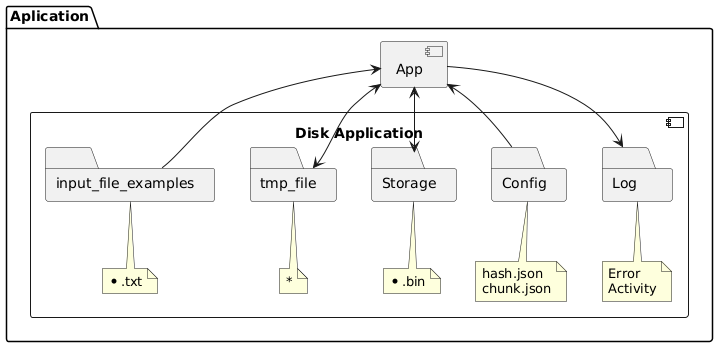
Above: out_application/doc/component-overview.png in psaraiva/lab-go-chunk (PlantUML), before the change.
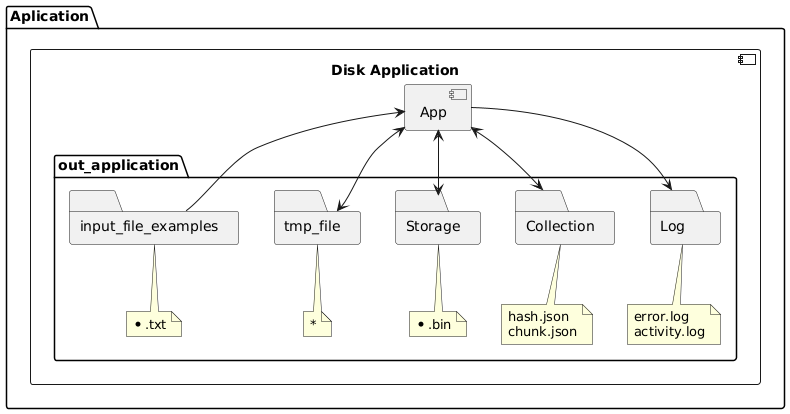
The same diagram one commit later.

What changed in the source:
```diff
@@ -3,22 +3,24 @@
 skinparam componentStyle uml2
 
 package "Aplication" {
-    [App]
     component "Disk Application" {
-        folder "Log"
-        note bottom of "Log" : Error\nActivity
-        folder "Config"
-        note bottom of "Config" : hash.json\nchunk.json
-        folder "Storage"
-        note bottom of "Storage" : *.bin
-        folder "tmp_file"
-        note bottom of "tmp_file" : *
-        folder "input_file_examples"
-        note bottom of "input_file_examples" : *.txt
+        [App]
+        folder "out_application"{
+            folder "Log"
+            note bottom of "Log" : error.log\nactivity.log
+            folder "Collection"
+            note bottom of "Collection" : hash.json\nchunk.json
+            folder "Storage"
+            note bottom of "Storage" : *.bin
+            folder "tmp_file"
+            note bottom of "tmp_file" : *
+            folder "input_file_examples"
+            note bottom of "input_file_examples" : *.txt
+        }
     }
 }
 
-[Config] --> [App]
+[Collection] <--> [App]
 [App] --> [Log]
 [App] <--> [Storage]
 [App] <--> [tmp_file]
```
